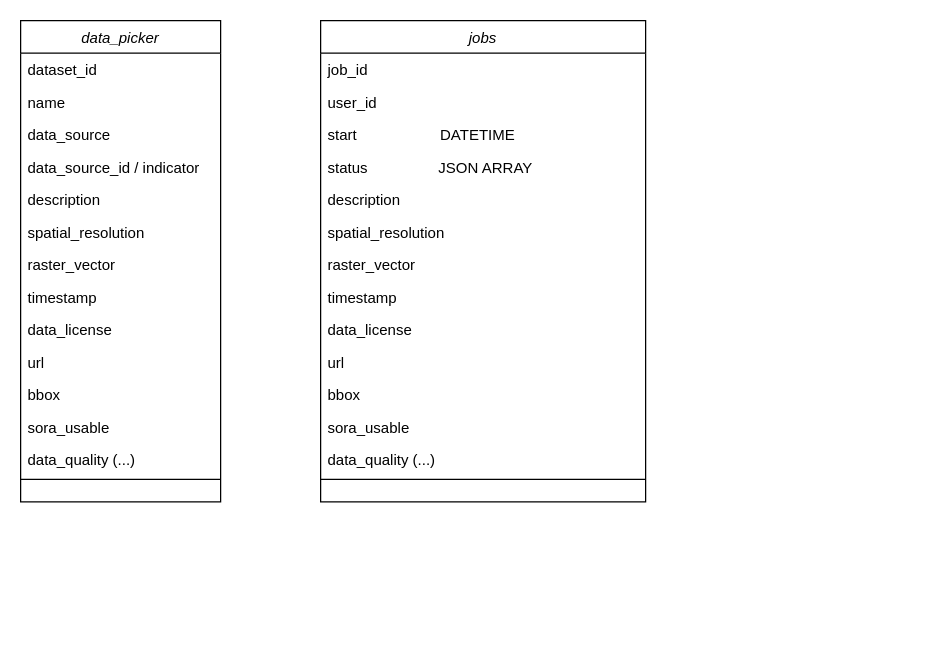
The draw.io diagram sora/data_model.drawio in traveller195/draw_io, before the edit. Source tidied: cells renumbered, new cells numbered last; positions are measured from the earlier drawing's top-left corner, leaving out a move shared by most shapes. Both pictures are drawn from the tidied source at 125%, with x=0, y=0 at pixel (20, 20).
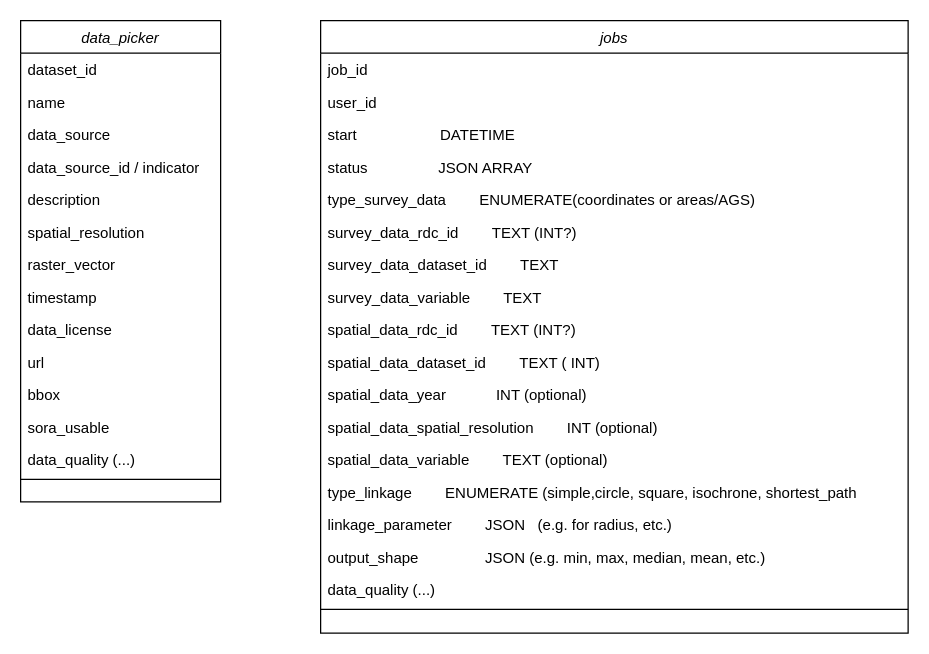
After the change.

Change to the diagram source:
```diff
@@
     <mxCell id="17" value="jobs" style="swimlane;fontStyle=2;align=center;verticalAlign=top;horizontal=1;startSize=26;rounded=0;shadow=0;strokeWidth=1;" parent="1" vertex="1">
-      <mxGeometry x="240" width="260" height="385" as="geometry" />
+      <mxGeometry x="240" width="470" height="490" as="geometry" />
     </mxCell>
     <mxCell id="18" value="job_id" style="text;align=left;verticalAlign=top;spacingLeft=4;spacingRight=4;overflow=hidden;" parent="17" vertex="1">
-      <mxGeometry y="26" width="260" height="26" as="geometry" />
+      <mxGeometry y="26" width="470" height="26" as="geometry" />
     </mxCell>
     <mxCell id="19" value="user_id" style="text;align=left;verticalAlign=top;spacingLeft=4;spacingRight=4;overflow=hidden;rounded=0;shadow=0;html=0;" parent="17" vertex="1">
-      <mxGeometry y="52" width="260" height="26" as="geometry" />
+      <mxGeometry y="52" width="470" height="26" as="geometry" />
     </mxCell>
     <mxCell id="20" value="start                    DATETIME" style="text;align=left;verticalAlign=top;spacingLeft=4;spacingRight=4;overflow=hidden;rounded=0;shadow=0;html=0;" parent="17" vertex="1">
-      <mxGeometry y="78" width="260" height="26" as="geometry" />
+      <mxGeometry y="78" width="470" height="26" as="geometry" />
     </mxCell>
     <mxCell id="21" value="status                 JSON ARRAY" style="text;align=left;verticalAlign=top;spacingLeft=4;spacingRight=4;overflow=hidden;rounded=0;shadow=0;html=0;" parent="17" vertex="1">
-      <mxGeometry y="104" width="260" height="26" as="geometry" />
+      <mxGeometry y="104" width="470" height="26" as="geometry" />
     </mxCell>
+    <mxCell id="26" value="type_survey_data        ENUMERATE(coordinates or areas/AGS)" style="text;align=left;verticalAlign=top;spacingLeft=4;spacingRight=4;overflow=hidden;rounded=0;shadow=0;html=0;" parent="17" vertex="1">
+      <mxGeometry y="130" width="470" height="26" as="geometry" />
+    </mxCell>
-    <mxCell id="22" value="description" style="text;align=left;verticalAlign=top;spacingLeft=4;spacingRight=4;overflow=hidden;rounded=0;shadow=0;html=0;" parent="17" vertex="1">
-      <mxGeometry y="130" width="260" height="26" as="geometry" />
+    <mxCell id="22" value="survey_data_rdc_id        TEXT (INT?)" style="text;align=left;verticalAlign=top;spacingLeft=4;spacingRight=4;overflow=hidden;rounded=0;shadow=0;html=0;" parent="17" vertex="1">
+      <mxGeometry y="156" width="470" height="26" as="geometry" />
     </mxCell>
-    <mxCell id="23" value="spatial_resolution" style="text;align=left;verticalAlign=top;spacingLeft=4;spacingRight=4;overflow=hidden;rounded=0;shadow=0;html=0;" parent="17" vertex="1">
-      <mxGeometry y="156" width="260" height="26" as="geometry" />
+    <mxCell id="23" value="survey_data_dataset_id        TEXT" style="text;align=left;verticalAlign=top;spacingLeft=4;spacingRight=4;overflow=hidden;rounded=0;shadow=0;html=0;" parent="17" vertex="1">
+      <mxGeometry y="182" width="470" height="26" as="geometry" />
     </mxCell>
+    <mxCell id="32" value="survey_data_variable        TEXT" style="text;align=left;verticalAlign=top;spacingLeft=4;spacingRight=4;overflow=hidden;rounded=0;shadow=0;html=0;" parent="17" vertex="1">
+      <mxGeometry y="208" width="470" height="26" as="geometry" />
+    </mxCell>
-    <mxCell id="24" value="raster_vector" style="text;align=left;verticalAlign=top;spacingLeft=4;spacingRight=4;overflow=hidden;rounded=0;shadow=0;html=0;" parent="17" vertex="1">
-      <mxGeometry y="182" width="260" height="26" as="geometry" />
+    <mxCell id="24" value="spatial_data_rdc_id        TEXT (INT?)" style="text;align=left;verticalAlign=top;spacingLeft=4;spacingRight=4;overflow=hidden;rounded=0;shadow=0;html=0;" parent="17" vertex="1">
+      <mxGeometry y="234" width="470" height="26" as="geometry" />
     </mxCell>
-    <mxCell id="25" value="timestamp" style="text;align=left;verticalAlign=top;spacingLeft=4;spacingRight=4;overflow=hidden;rounded=0;shadow=0;html=0;" parent="17" vertex="1">
-      <mxGeometry y="208" width="260" height="26" as="geometry" />
+    <mxCell id="25" value="spatial_data_dataset_id        TEXT ( INT)" style="text;align=left;verticalAlign=top;spacingLeft=4;spacingRight=4;overflow=hidden;rounded=0;shadow=0;html=0;" parent="17" vertex="1">
+      <mxGeometry y="260" width="470" height="26" as="geometry" />
     </mxCell>
-    <mxCell id="26" value="data_license" style="text;align=left;verticalAlign=top;spacingLeft=4;spacingRight=4;overflow=hidden;rounded=0;shadow=0;html=0;" parent="17" vertex="1">
-      <mxGeometry y="234" width="260" height="26" as="geometry" />
-    </mxCell>
-    <mxCell id="27" value="url" style="text;align=left;verticalAlign=top;spacingLeft=4;spacingRight=4;overflow=hidden;rounded=0;shadow=0;html=0;" parent="17" vertex="1">
-      <mxGeometry y="260" width="260" height="26" as="geometry" />
+    <mxCell id="27" value="spatial_data_year            INT (optional)" style="text;align=left;verticalAlign=top;spacingLeft=4;spacingRight=4;overflow=hidden;rounded=0;shadow=0;html=0;" parent="17" vertex="1">
+      <mxGeometry y="286" width="470" height="26" as="geometry" />
     </mxCell>
-    <mxCell id="28" value="bbox" style="text;align=left;verticalAlign=top;spacingLeft=4;spacingRight=4;overflow=hidden;rounded=0;shadow=0;html=0;" parent="17" vertex="1">
-      <mxGeometry y="286" width="260" height="26" as="geometry" />
+    <mxCell id="28" value="spatial_data_spatial_resolution        INT (optional)" style="text;align=left;verticalAlign=top;spacingLeft=4;spacingRight=4;overflow=hidden;rounded=0;shadow=0;html=0;" parent="17" vertex="1">
+      <mxGeometry y="312" width="470" height="26" as="geometry" />
     </mxCell>
-    <mxCell id="29" value="sora_usable" style="text;align=left;verticalAlign=top;spacingLeft=4;spacingRight=4;overflow=hidden;rounded=0;shadow=0;html=0;" parent="17" vertex="1">
-      <mxGeometry y="312" width="260" height="26" as="geometry" />
+    <mxCell id="29" value="spatial_data_variable        TEXT (optional)" style="text;align=left;verticalAlign=top;spacingLeft=4;spacingRight=4;overflow=hidden;rounded=0;shadow=0;html=0;" parent="17" vertex="1">
+      <mxGeometry y="338" width="470" height="26" as="geometry" />
     </mxCell>
-    <mxCell id="30" value="data_quality (...)" style="text;align=left;verticalAlign=top;spacingLeft=4;spacingRight=4;overflow=hidden;rounded=0;shadow=0;html=0;" parent="17" vertex="1">
-      <mxGeometry y="338" width="260" height="26" as="geometry" />
+    <mxCell id="30" value="type_linkage        ENUMERATE (simple,circle, square, isochrone, shortest_path" style="text;align=left;verticalAlign=top;spacingLeft=4;spacingRight=4;overflow=hidden;rounded=0;shadow=0;html=0;" parent="17" vertex="1">
+      <mxGeometry y="364" width="470" height="26" as="geometry" />
     </mxCell>
+    <mxCell id="33" value="linkage_parameter        JSON   (e.g. for radius, etc.)" style="text;align=left;verticalAlign=top;spacingLeft=4;spacingRight=4;overflow=hidden;rounded=0;shadow=0;html=0;" parent="17" vertex="1">
+      <mxGeometry y="390" width="470" height="26" as="geometry" />
+    </mxCell>
+    <mxCell id="34" value="output_shape                JSON (e.g. min, max, median, mean, etc.)" style="text;align=left;verticalAlign=top;spacingLeft=4;spacingRight=4;overflow=hidden;rounded=0;shadow=0;html=0;" parent="17" vertex="1">
+      <mxGeometry y="416" width="470" height="26" as="geometry" />
+    </mxCell>
+    <mxCell id="35" value="data_quality (...)" style="text;align=left;verticalAlign=top;spacingLeft=4;spacingRight=4;overflow=hidden;rounded=0;shadow=0;html=0;" parent="17" vertex="1">
+      <mxGeometry y="442" width="470" height="26" as="geometry" />
+    </mxCell>
     <mxCell id="31" style="line;html=1;strokeWidth=1;align=left;verticalAlign=middle;spacingTop=-1;spacingLeft=3;spacingRight=3;labelPosition=right;" parent="17" vertex="1">
-      <mxGeometry y="364" width="260" height="6" as="geometry" />
+      <mxGeometry y="468" width="470" height="6" as="geometry" />
     </mxCell>
```
